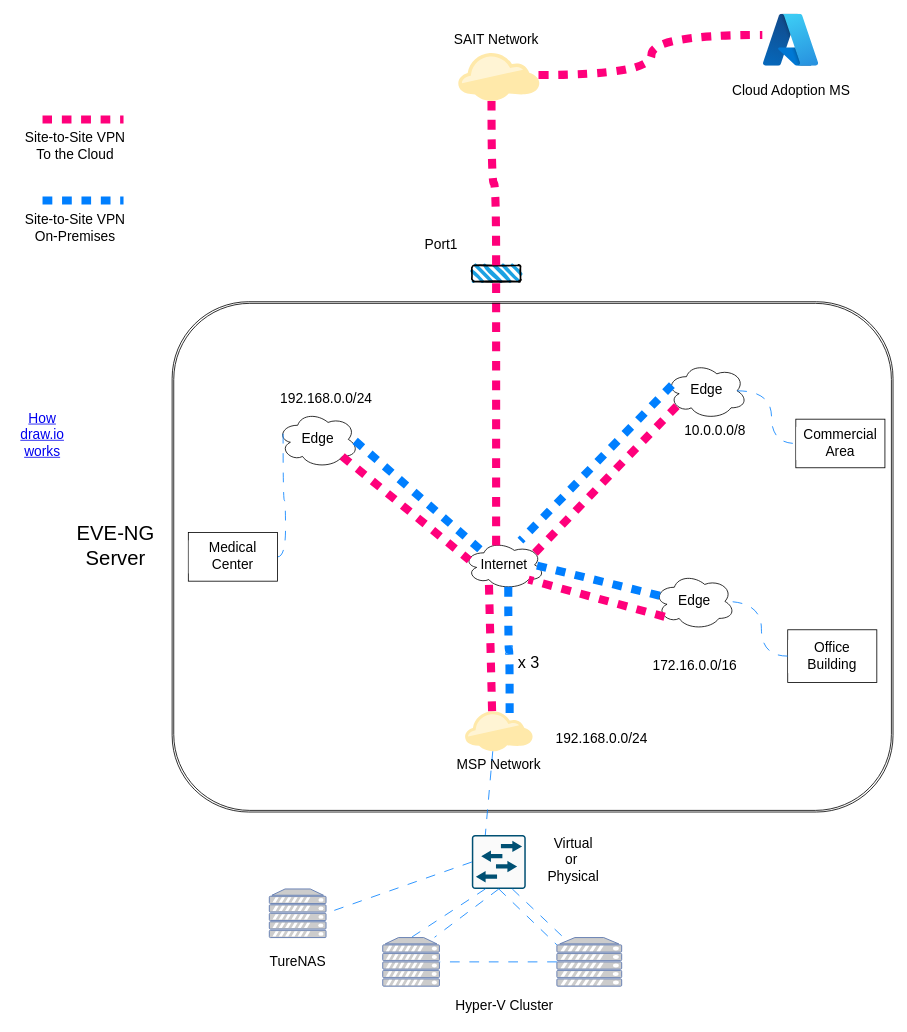
The draw.io diagram Capstone/Capstone-Network.drawio in Sohal-03/Draw.io, before the edit. Source tidied: cells renumbered, new cells numbered last; positions are measured from the earlier drawing's top-left corner, leaving out a move shared by most shapes. Both pictures are drawn from the tidied source at 81%, with x=0, y=0 at pixel (14, 14).
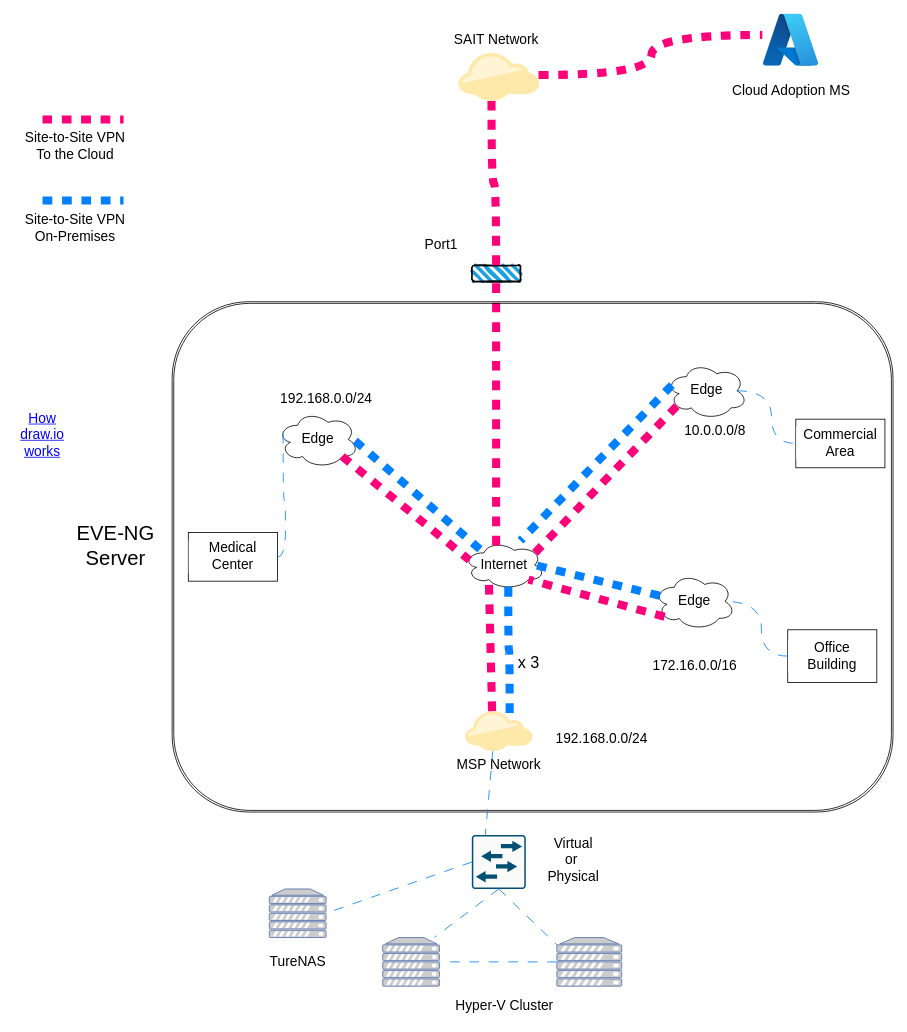
Above is the later version.

The change refers to these unchanged cells:
```xml
<mxCell id="18" style="fontColor=#0066CC;verticalAlign=top;verticalLabelPosition=bottom;labelPosition=center;align=center;html=1;outlineConnect=0;fillColor=#CCCCCC;strokeColor=#6881B3;gradientColor=none;gradientDirection=north;strokeWidth=2;shape=mxgraph.networks.server;fontFamily=Helvetica;fontSize=11;labelBackgroundColor=default;" parent="1" vertex="1">
  <mxGeometry x="455" y="1140" width="70" height="60" as="geometry" />
</mxCell>
<mxCell id="21" style="fontColor=#0066CC;verticalAlign=top;verticalLabelPosition=bottom;labelPosition=center;align=center;html=1;outlineConnect=0;fillColor=#CCCCCC;strokeColor=#6881B3;gradientColor=none;gradientDirection=north;strokeWidth=2;shape=mxgraph.networks.server;fontFamily=Helvetica;fontSize=11;labelBackgroundColor=default;" parent="1" vertex="1">
  <mxGeometry x="670" y="1140" width="80" height="60" as="geometry" />
</mxCell>
<mxCell id="27" style="sketch=0;points=[[0.015,0.015,0],[0.985,0.015,0],[0.985,0.985,0],[0.015,0.985,0],[0.25,0,0],[0.5,0,0],[0.75,0,0],[1,0.25,0],[1,0.5,0],[1,0.75,0],[0.75,1,0],[0.5,1,0],[0.25,1,0],[0,0.75,0],[0,0.5,0],[0,0.25,0]];verticalLabelPosition=bottom;html=1;verticalAlign=top;align=center;shape=mxgraph.cisco19.rect;prIcon=l2_switch;fillColor=#FAFAFA;strokeColor=#005073;" parent="1" vertex="1">
  <mxGeometry x="565" y="1013.4" width="66.6" height="66.6" as="geometry" />
</mxCell>
```

What changed in the source:
```diff
@@
-    <mxCell id="29" style="endArrow=none;html=1;rounded=0;exitX=0.25;exitY=1;exitDx=0;exitDy=0;exitPerimeter=0;entryX=0.5;entryY=0;entryDx=0;entryDy=0;entryPerimeter=0;strokeColor=#007FFF;dashed=1;flowAnimation=1;dashPattern=12 12;strokeWidth=1;shadow=0;" parent="1" edge="1" source="27" target="18">
-      <mxGeometry relative="1" as="geometry" />
-    </mxCell>
-    <mxCell id="30" style="endArrow=none;html=1;rounded=0;exitX=0.75;exitY=1;exitDx=0;exitDy=0;exitPerimeter=0;strokeColor=#007FFF;dashed=1;flowAnimation=1;dashPattern=12 12;strokeWidth=1;shadow=0;" parent="1" edge="1" source="27" target="21">
-      <mxGeometry relative="1" as="geometry" />
-    </mxCell>
```
